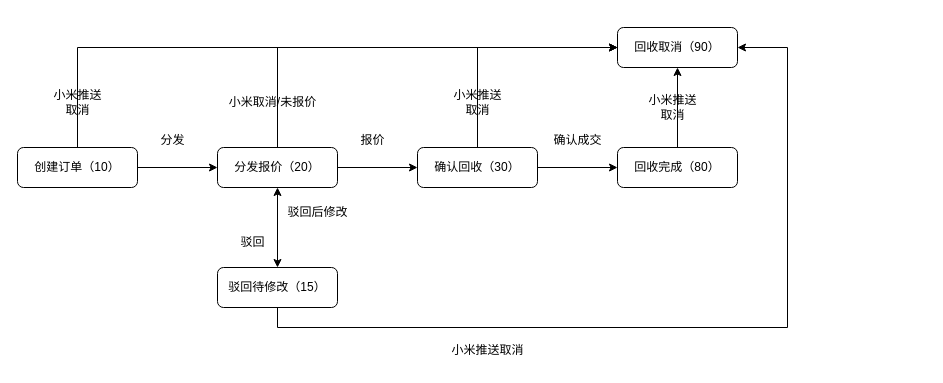
The draw.io diagram 保值换新状态流转.drawio in b1208312635/build-your-own-x, before the edit. Source tidied: cells renumbered, new cells numbered last; positions are measured from the earlier drawing's top-left corner, leaving out a move shared by most shapes. Both pictures are drawn from the tidied source at 100%, with x=0, y=0 at pixel (17, 27).
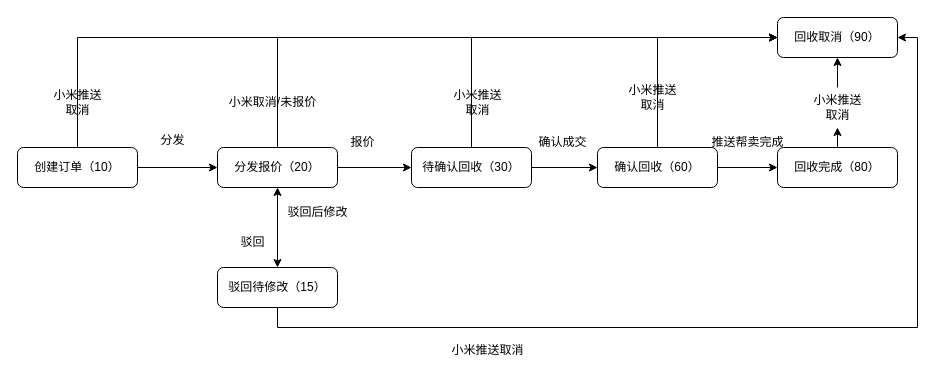
Above is the later version.

Commit message:
更新保值换新状态流转.drawio

Unchanged cells that the change refers to:
```xml
<mxCell id="9" value="驳回待修改（15）" style="rounded=1;whiteSpace=wrap;html=1;fontSize=12;glass=0;strokeWidth=1;shadow=0;" parent="1" vertex="1">
  <mxGeometry x="200" y="240" width="120" height="40" as="geometry" />
</mxCell>
```

The edit, as a diff of the source:
```diff
@@
     <mxCell id="8" style="edgeStyle=orthogonalEdgeStyle;rounded=0;jettySize=auto;html=1;exitX=0.5;exitY=1;exitDx=0;exitDy=0;entryX=1;entryY=0.5;entryDx=0;entryDy=0;" parent="1" edge="1" source="9" target="21">
       <mxGeometry relative="1" as="geometry">
         <Array as="points">
           <mxPoint x="260" y="300" />
-          <mxPoint x="770" y="300" />
-          <mxPoint x="770" y="20" />
+          <mxPoint x="900" y="300" />
+          <mxPoint x="900" y="10" />
         </Array>
       </mxGeometry>
     </mxCell>
@@
-    <mxCell id="10" style="edgeStyle=orthogonalEdgeStyle;rounded=0;jettySize=auto;html=1;" parent="1" edge="1" source="12" target="14">
-      <mxGeometry relative="1" as="geometry" />
-    </mxCell>
@@
-    <mxCell id="12" value="确认回收（30）" style="rounded=1;whiteSpace=wrap;html=1;fontSize=12;glass=0;strokeWidth=1;shadow=0;" parent="1" vertex="1">
-      <mxGeometry x="400" y="120" width="120" height="40" as="geometry" />
+    <mxCell id="12" value="待确认回收（30）" style="rounded=1;whiteSpace=wrap;html=1;fontSize=12;glass=0;strokeWidth=1;shadow=0;" parent="1" vertex="1">
+      <mxGeometry x="394" y="120" width="120" height="40" as="geometry" />
     </mxCell>
-    <mxCell id="13" style="edgeStyle=orthogonalEdgeStyle;rounded=0;jettySize=auto;html=1;exitX=0.5;exitY=0;exitDx=0;exitDy=0;entryX=0.5;entryY=1;entryDx=0;entryDy=0;" parent="1" edge="1" source="14" target="21">
+    <mxCell id="13" style="edgeStyle=orthogonalEdgeStyle;rounded=0;jettySize=auto;html=1;exitX=0.5;exitY=0;exitDx=0;exitDy=0;entryX=0.5;entryY=1;entryDx=0;entryDy=0;" parent="1" edge="1" source="26" target="21">
       <mxGeometry relative="1" as="geometry" />
     </mxCell>
     <mxCell id="14" value="回收完成（80）" style="rounded=1;whiteSpace=wrap;html=1;fontSize=12;glass=0;strokeWidth=1;shadow=0;" parent="1" vertex="1">
-      <mxGeometry x="600" y="120" width="120" height="40" as="geometry" />
+      <mxGeometry x="760" y="120" width="120" height="40" as="geometry" />
     </mxCell>
@@
     <mxCell id="16" value="报价" style="text;html=1;align=center;verticalAlign=middle;strokeColor=none;fillColor=none;" parent="1" vertex="1">
-      <mxGeometry x="330" y="98" width="50" height="30" as="geometry" />
+      <mxGeometry x="320" y="100" width="50" height="30" as="geometry" />
     </mxCell>
@@
     <mxCell id="20" value="确认成交" style="text;html=1;align=center;verticalAlign=middle;strokeColor=none;fillColor=none;" parent="1" vertex="1">
-      <mxGeometry x="525" y="98" width="70" height="30" as="geometry" />
+      <mxGeometry x="510" y="100" width="70" height="30" as="geometry" />
     </mxCell>
     <mxCell id="21" value="回收取消（90）" style="rounded=1;whiteSpace=wrap;html=1;fontSize=12;glass=0;strokeWidth=1;shadow=0;" parent="1" vertex="1">
-      <mxGeometry x="600" width="120" height="40" as="geometry" />
+      <mxGeometry x="760" y="-10" width="120" height="40" as="geometry" />
     </mxCell>
@@
+    <mxCell id="27" style="edgeStyle=orthogonalEdgeStyle;rounded=0;jettySize=auto;html=1;" parent="1" edge="1" source="12" target="30">
+      <mxGeometry relative="1" as="geometry" />
+    </mxCell>
+    <mxCell id="28" style="edgeStyle=orthogonalEdgeStyle;rounded=0;jettySize=auto;html=1;exitX=1;exitY=0.5;exitDx=0;exitDy=0;" parent="1" edge="1" source="30" target="14">
+      <mxGeometry relative="1" as="geometry" />
+    </mxCell>
+    <mxCell id="29" style="edgeStyle=orthogonalEdgeStyle;rounded=0;jettySize=auto;html=1;exitX=0.5;exitY=0;exitDx=0;exitDy=0;entryX=0;entryY=0.5;entryDx=0;entryDy=0;" parent="1" edge="1" source="30" target="21">
+      <mxGeometry relative="1" as="geometry" />
+    </mxCell>
+    <mxCell id="30" value="确认回收（60）" style="rounded=1;whiteSpace=wrap;html=1;fontSize=12;glass=0;strokeWidth=1;shadow=0;" parent="1" vertex="1">
+      <mxGeometry x="580" y="120" width="120" height="40" as="geometry" />
+    </mxCell>
+    <mxCell id="31" style="edgeStyle=orthogonalEdgeStyle;rounded=0;jettySize=auto;html=1;exitX=0.5;exitY=0;exitDx=0;exitDy=0;entryX=0.5;entryY=1;entryDx=0;entryDy=0;" parent="1" edge="1" source="14" target="26">
+      <mxGeometry relative="1" as="geometry" />
+    </mxCell>
     <mxCell id="26" value="小米推送&lt;br&gt;取消" style="text;html=1;align=center;verticalAlign=middle;points=[];strokeColor=none;fillColor=none;" parent="1" vertex="1">
-      <mxGeometry x="620" y="60" width="70" height="40" as="geometry" />
+      <mxGeometry x="785" y="60" width="70" height="40" as="geometry" />
     </mxCell>
+    <mxCell id="32" value="推送帮卖完成" style="text;html=1;align=center;verticalAlign=middle;strokeColor=none;fillColor=none;" parent="1" vertex="1">
+      <mxGeometry x="680" y="100" width="100" height="30" as="geometry" />
+    </mxCell>
+    <mxCell id="33" value="小米推送&lt;br&gt;取消" style="text;html=1;align=center;verticalAlign=middle;strokeColor=none;fillColor=none;" parent="1" vertex="1">
+      <mxGeometry x="600" y="50" width="70" height="40" as="geometry" />
+    </mxCell>
```
